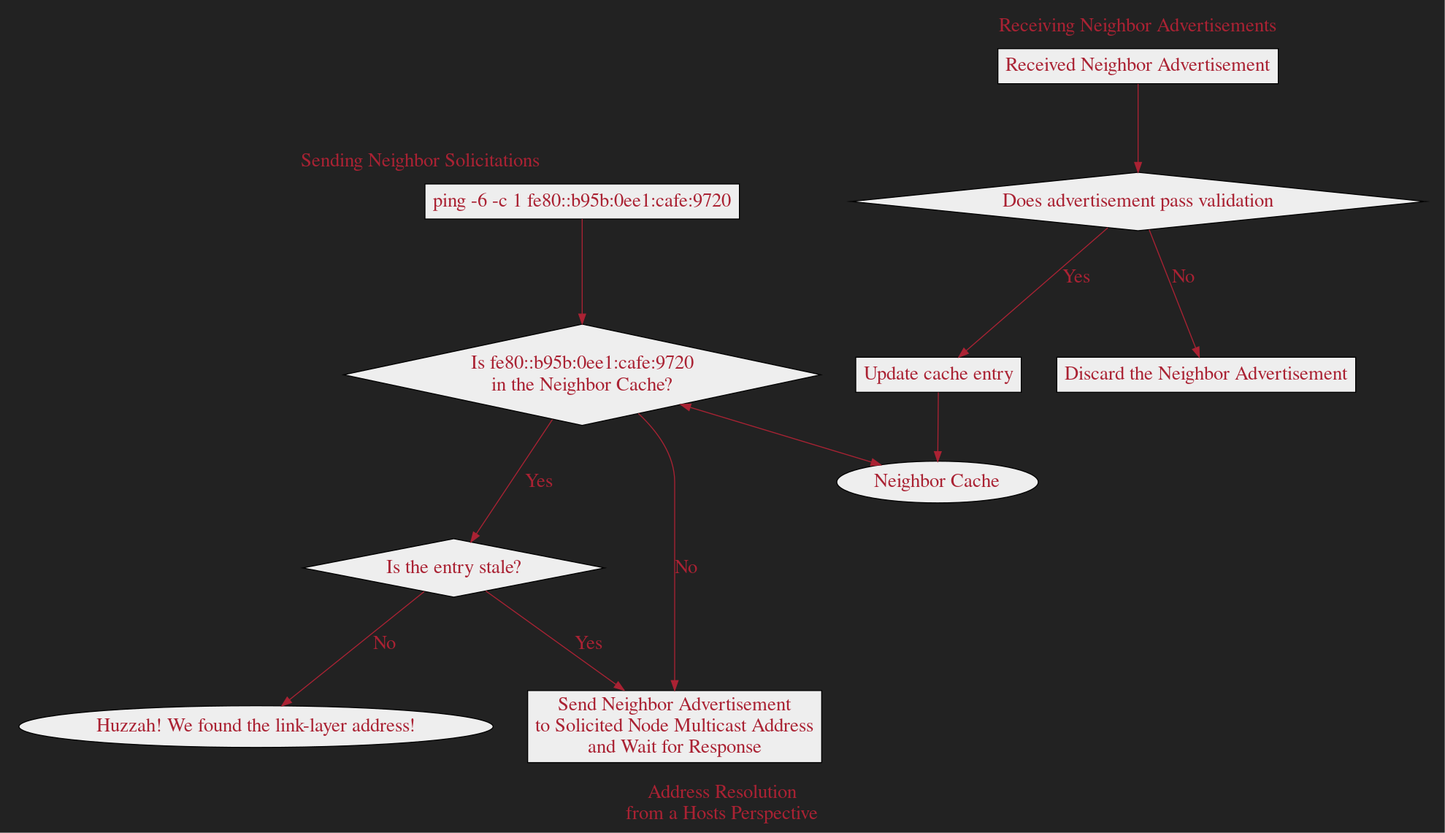
This is slides/graphs/images/ndp-ar-host.png from dlrobertson/dlrobertson.com, a Graphviz export, as it was before one commit. Its source is kept beside it as slides/graphs/sources/ndp-ar-host.dot. Source of this version:
```dot
digraph ARH {
    label="Address Resolution\nfrom a Hosts Perspective"
    compound=true
    splines=true
    color=none
    fontcolor="#aa2233"
    fontsize=20
    bgcolor="#222222"
    nodesep=0.5
    edge[
        color="#aa2233"
        fontcolor="#aa2233"
        fontsize=20
    ]
    node[
        fontcolor="#aa2233"
        fontsize=20
        fillcolor="#eeeeee"
        style=filled
    ]
    nd_cache[
        label="Neighbor Cache"
        shape=oval
    ]
    subgraph cluster0 {
        label="Sending Neighbor Solicitations"
        ping[
            label="ping -6 -c 1 fe80::b95b:0ee1:cafe:9720"
            shape=rectangle
        ]
        is_in_cache[
            label="Is fe80::b95b:0ee1:cafe:9720\nin the Neighbor Cache?"
            shape=diamond
        ]
        is_stale[
            label="Is the entry stale?"
            shape=diamond
        ]
        fetch_ll_addr[
            label="\
Send Neighbor Advertisement\n\
to Solicited Node Multicast Address\n\
and Wait for Response"
            shape=rectangle
        ]
        use_cached_addr[
            label="Huzzah! We found the link-layer address!"
        ]
    }
    subgraph cluster1 {
        label="Receiving Neighbor Advertisements"
        recv_na[
            label="Received Neighbor Advertisement"
            shape=rectangle
        ]
        na_valid[
            label="Does advertisement pass validation"
            shape=diamond
        ]
        update[
            label="Update cache entry"
            shape=rectangle
        ]
        discard_advert[
            label="Discard the Neighbor Advertisement"
            shape=rectangle
        ]
    }

    ping -> is_in_cache
    is_in_cache -> nd_cache[dir=both]
    is_in_cache -> is_stale[label="Yes"]
    is_in_cache -> fetch_ll_addr[label="No"]
    is_stale -> fetch_ll_addr[label="Yes"]
    is_stale -> use_cached_addr[label="No"]

    recv_na -> na_valid
    na_valid -> discard_advert[label="No"]
    na_valid -> update[label="Yes"]
    update -> nd_cache
}
```
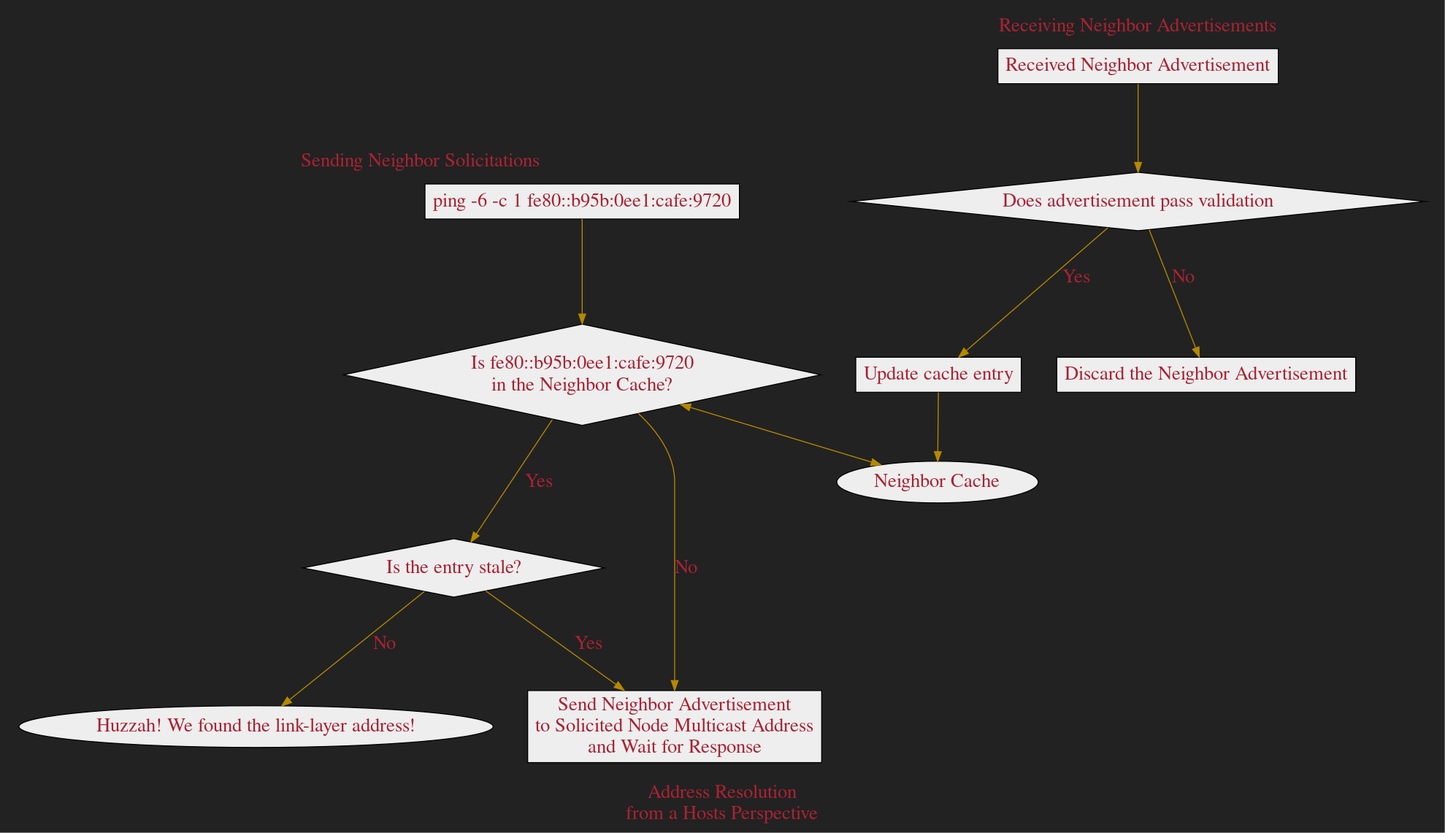
Above is the later version.

The edit, as a diff of the source:
```diff
@@ -7,17 +7,8 @@
     fontsize=20
     bgcolor="#222222"
     nodesep=0.5
-    edge[
-        color="#aa2233"
-        fontcolor="#aa2233"
-        fontsize=20
-    ]
-    node[
-        fontcolor="#aa2233"
-        fontsize=20
-        fillcolor="#eeeeee"
-        style=filled
-    ]
+    edge[color="#b58900" fontcolor="#aa2233" fontsize=20]
+    node[fontcolor="#aa2233" fontsize=20 fillcolor="#eeeeee" style=filled]
     nd_cache[
         label="Neighbor Cache"
         shape=oval
```
